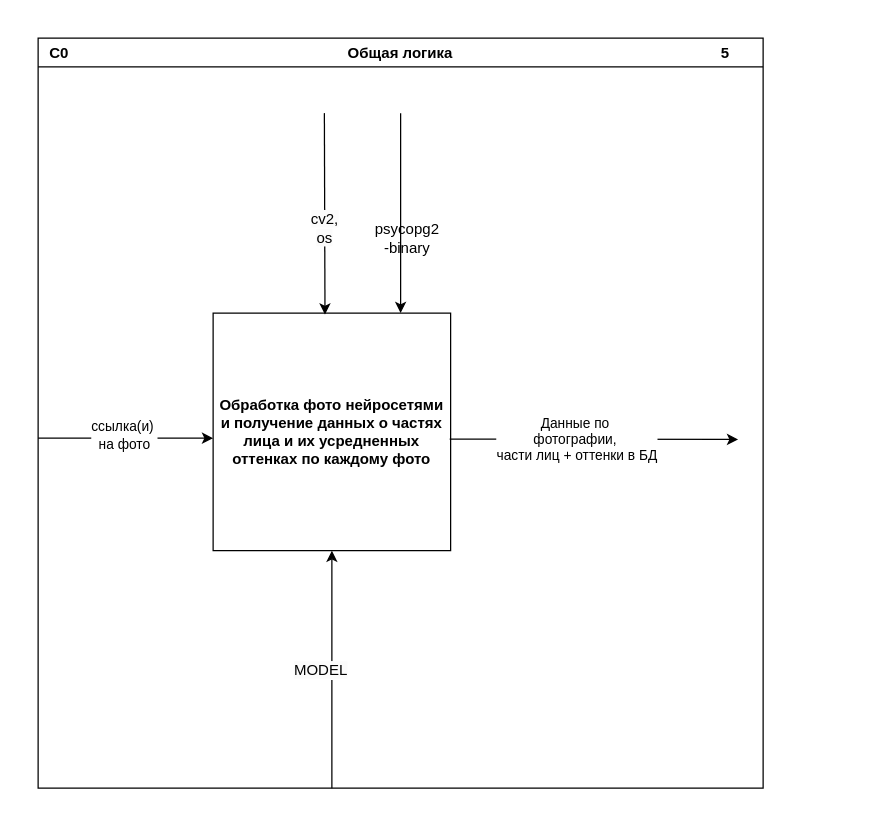
DashaTkach/Project keeps this draw.io diagram as page "Общая логика (C0)" (5 of 7) of documentation/Диаграмма без названия.drawio. Above is the earlier version. Source tidied: cells renumbered, new cells numbered last; positions are measured from the earlier drawing's top-left corner, leaving out a move shared by most shapes. Both pictures are drawn from the tidied source at 125%, with x=0, y=0 at pixel (21, 34).
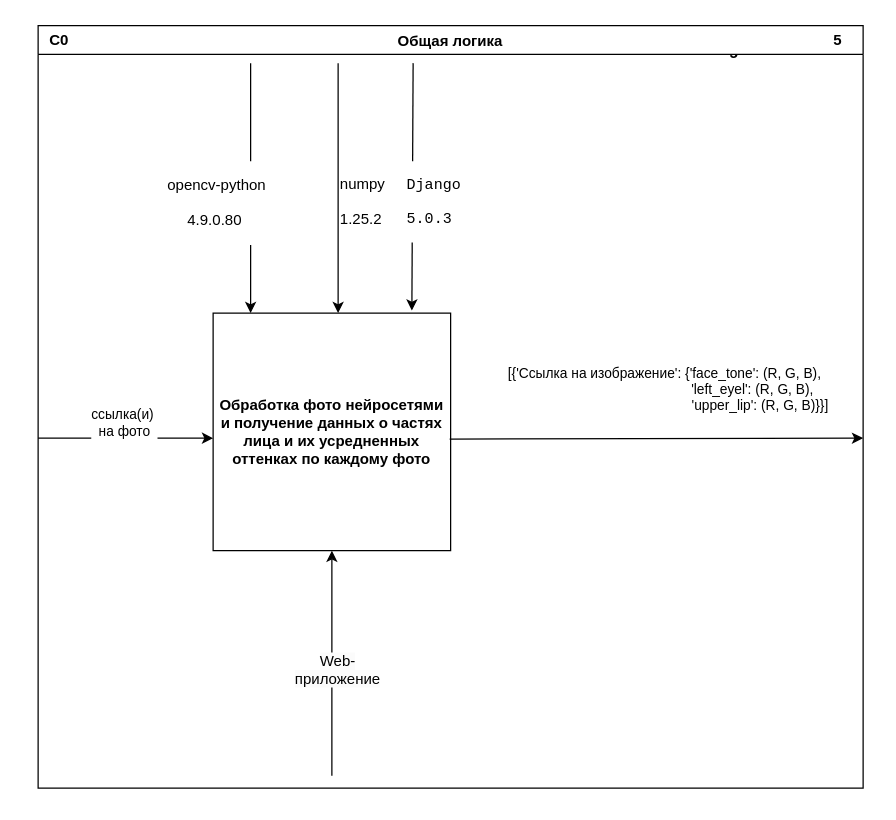
Above is the later version.

Unchanged cells that the change refers to:
```xml
<mxCell id="2" value="&lt;b&gt;Обработка фото нейросетями и получение данных о частях лица и их усредненных оттенках по каждому фото&lt;/b&gt;" style="whiteSpace=wrap;html=1;" parent="1" vertex="1">
  <mxGeometry x="153" y="223" width="190" height="190" as="geometry" />
</mxCell>
<mxCell id="7" style="endArrow=classic;html=1;rounded=0;entryX=0.5;entryY=1;entryDx=0;entryDy=0;" parent="5" edge="1" target="2">
  <mxGeometry relative="1" as="geometry">
    <mxPoint x="235" y="600" as="sourcePoint" />
  </mxGeometry>
</mxCell>
```

Diff of the diagram source:
```diff
@@
     <mxCell id="5" value="Общая логика" style="swimlane;" parent="1" vertex="1">
-      <mxGeometry x="13" y="3" width="580" height="600" as="geometry" />
+      <mxGeometry x="13" y="-7" width="660" height="610" as="geometry" />
     </mxCell>
@@
-    <mxCell id="8" value="&lt;span style=&quot;font-size: 12px; text-wrap: wrap; background-color: rgb(251, 251, 251);&quot;&gt;MODEL&lt;/span&gt;" style="edgeLabel;html=1;align=center;verticalAlign=middle;" parent="7" vertex="1">
-      <mxGeometry x="-0.23" relative="1" as="geometry">
-        <mxPoint x="-10" y="-22" as="offset" />
-      </mxGeometry>
-    </mxCell>
@@
     <mxCell id="10" style="endArrow=classic;html=1;rounded=0;exitX=0.996;exitY=0.53;exitDx=0;exitDy=0;exitPerimeter=0;" parent="5" edge="1" source="2">
       <mxGeometry relative="1" as="geometry">
-        <mxPoint x="560" y="321" as="targetPoint" />
+        <mxPoint x="660" y="330" as="targetPoint" />
       </mxGeometry>
     </mxCell>
-    <mxCell id="11" style="endArrow=classic;html=1;rounded=0;entryX=0.471;entryY=0.006;entryDx=0;entryDy=0;entryPerimeter=0;" parent="5" edge="1" target="2">
-      <mxGeometry relative="1" as="geometry">
-        <mxPoint x="229" y="60" as="sourcePoint" />
-      </mxGeometry>
-    </mxCell>
-    <mxCell id="12" value="&lt;span style=&quot;font-size: 12px; text-wrap: wrap; background-color: rgb(251, 251, 251);&quot;&gt;cv2, os&lt;/span&gt;" style="edgeLabel;html=1;align=center;verticalAlign=middle;" parent="11" vertex="1">
-      <mxGeometry x="0.13" y="-1" relative="1" as="geometry" />
-    </mxCell>
-    <mxCell id="13" value="Данные по&amp;nbsp;&lt;div&gt;фотографии,&amp;nbsp;&lt;div&gt;части лиц + оттенки в БД&lt;/div&gt;&lt;/div&gt;" style="edgeLabel;html=1;align=center;verticalAlign=middle;" parent="5" vertex="1">
-      <mxGeometry x="410" y="330" as="geometry">
+    <mxCell id="13" value="&lt;div&gt;[{'Ссылка на изображение': {'face_tone': (R, G, B),&lt;/div&gt;&lt;div&gt;&amp;nbsp; &amp;nbsp; &amp;nbsp; &amp;nbsp; &amp;nbsp; &amp;nbsp; &amp;nbsp; &amp;nbsp; &amp;nbsp; &amp;nbsp; &amp;nbsp; &amp;nbsp; &amp;nbsp; &amp;nbsp; &amp;nbsp; &amp;nbsp; &amp;nbsp; &amp;nbsp; &amp;nbsp; &amp;nbsp; &amp;nbsp; &amp;nbsp; &amp;nbsp; 'left_eyel': (R, G, B),&lt;/div&gt;&lt;div&gt;&amp;nbsp; &amp;nbsp; &amp;nbsp; &amp;nbsp; &amp;nbsp; &amp;nbsp; &amp;nbsp; &amp;nbsp; &amp;nbsp; &amp;nbsp; &amp;nbsp; &amp;nbsp; &amp;nbsp; &amp;nbsp; &amp;nbsp; &amp;nbsp; &amp;nbsp; &amp;nbsp; &amp;nbsp; &amp;nbsp; &amp;nbsp; &amp;nbsp; &amp;nbsp; &amp;nbsp; &amp;nbsp; 'upper_lip': (R, G, B)}}]&lt;/div&gt;" style="edgeLabel;html=1;align=center;verticalAlign=middle;" parent="5" vertex="1">
+      <mxGeometry x="480" y="300" as="geometry">
         <mxPoint x="20" y="-10" as="offset" />
       </mxGeometry>
     </mxCell>
-    <mxCell id="14" style="endArrow=classic;html=1;rounded=0;" parent="5" edge="1">
-      <mxGeometry relative="1" as="geometry">
-        <mxPoint x="290" y="60" as="sourcePoint" />
-        <mxPoint x="290" y="220" as="targetPoint" />
-      </mxGeometry>
-    </mxCell>
-    <mxCell id="15" value="psycopg2&lt;div&gt;-binary&lt;/div&gt;" style="text;html=1;align=center;verticalAlign=middle;strokeColor=none;fillColor=none;" parent="5" vertex="1">
-      <mxGeometry x="260" y="140" width="70" height="40" as="geometry" />
-    </mxCell>
     <mxCell id="16" value="5" style="text;html=1;align=center;verticalAlign=middle;whiteSpace=wrap;rounded=0;fontStyle=1;" parent="5" vertex="1">
-      <mxGeometry x="520" y="-3" width="60" height="30" as="geometry" />
+      <mxGeometry x="610" y="-3" width="60" height="30" as="geometry" />
     </mxCell>
+    <mxCell id="17" value="&lt;span style=&quot;color: rgb(0, 0, 0); font-family: Helvetica; font-size: 12px; font-style: normal; font-variant-ligatures: normal; font-variant-caps: normal; font-weight: 400; letter-spacing: normal; orphans: 2; text-indent: 0px; text-transform: none; widows: 2; word-spacing: 0px; -webkit-text-stroke-width: 0px; white-space: normal; background-color: rgb(251, 251, 251); text-decoration-thickness: initial; text-decoration-style: initial; text-decoration-color: initial; float: none; display: inline !important;&quot;&gt;Web-приложение&lt;/span&gt;" style="text;whiteSpace=wrap;html=1;align=center;" parent="5" vertex="1">
+      <mxGeometry x="200" y="495" width="80" height="40" as="geometry" />
+    </mxCell>
+    <mxCell id="18" style="endArrow=classic;html=1;rounded=0;entryX=0.75;entryY=0;entryDx=0;entryDy=0;" parent="1" edge="1">
+      <mxGeometry relative="1" as="geometry">
+        <mxPoint x="183" y="23" as="sourcePoint" />
+        <mxPoint x="183" y="223" as="targetPoint" />
+      </mxGeometry>
+    </mxCell>
+    <mxCell id="19" value="&lt;pre style=&quot;font-size: 12px; text-align: left;&quot;&gt;&lt;font face=&quot;Helvetica&quot;&gt; opencv-python&lt;/font&gt;&lt;/pre&gt;&lt;pre style=&quot;font-size: 12px;&quot;&gt;&lt;font face=&quot;Helvetica&quot;&gt;4.9.0.80&lt;/font&gt;&lt;/pre&gt;" style="edgeLabel;html=1;align=center;verticalAlign=middle;" parent="18" vertex="1">
+      <mxGeometry x="0.13" y="-1" relative="1" as="geometry">
+        <mxPoint x="-29" y="-2" as="offset" />
+      </mxGeometry>
+    </mxCell>
+    <mxCell id="20" style="endArrow=classic;html=1;rounded=0;entryX=0.526;entryY=0;entryDx=0;entryDy=0;entryPerimeter=0;" parent="1" edge="1">
+      <mxGeometry relative="1" as="geometry">
+        <mxPoint x="253" y="23" as="sourcePoint" />
+        <mxPoint x="253" y="223" as="targetPoint" />
+      </mxGeometry>
+    </mxCell>
+    <mxCell id="21" value="&lt;pre style=&quot;font-size: 12px; text-align: left;&quot;&gt;&lt;font face=&quot;Helvetica&quot;&gt;numpy &lt;/font&gt;&lt;/pre&gt;&lt;pre style=&quot;font-size: 12px; text-align: left;&quot;&gt;&lt;font face=&quot;Helvetica&quot;&gt;1.25.2&lt;/font&gt;&lt;/pre&gt;" style="edgeLabel;html=1;align=center;verticalAlign=middle;" parent="20" vertex="1">
+      <mxGeometry x="0.39" y="1" relative="1" as="geometry">
+        <mxPoint x="19" y="-29" as="offset" />
+      </mxGeometry>
+    </mxCell>
+    <mxCell id="22" style="endArrow=classic;html=1;rounded=0;entryX=0.839;entryY=-0.01;entryDx=0;entryDy=0;entryPerimeter=0;" parent="1" edge="1">
+      <mxGeometry relative="1" as="geometry">
+        <mxPoint x="313" y="23" as="sourcePoint" />
+        <mxPoint x="312" y="221" as="targetPoint" />
+      </mxGeometry>
+    </mxCell>
+    <mxCell id="23" value="&lt;pre style=&quot;font-size: 12px; text-align: left;&quot;&gt;Django &lt;/pre&gt;&lt;pre style=&quot;font-size: 12px; text-align: left;&quot;&gt;5.0.3&lt;/pre&gt;" style="edgeLabel;html=1;align=center;verticalAlign=middle;" parent="22" vertex="1">
+      <mxGeometry x="-0.08" y="2" relative="1" as="geometry">
+        <mxPoint x="18" y="19" as="offset" />
+      </mxGeometry>
+    </mxCell>
```
